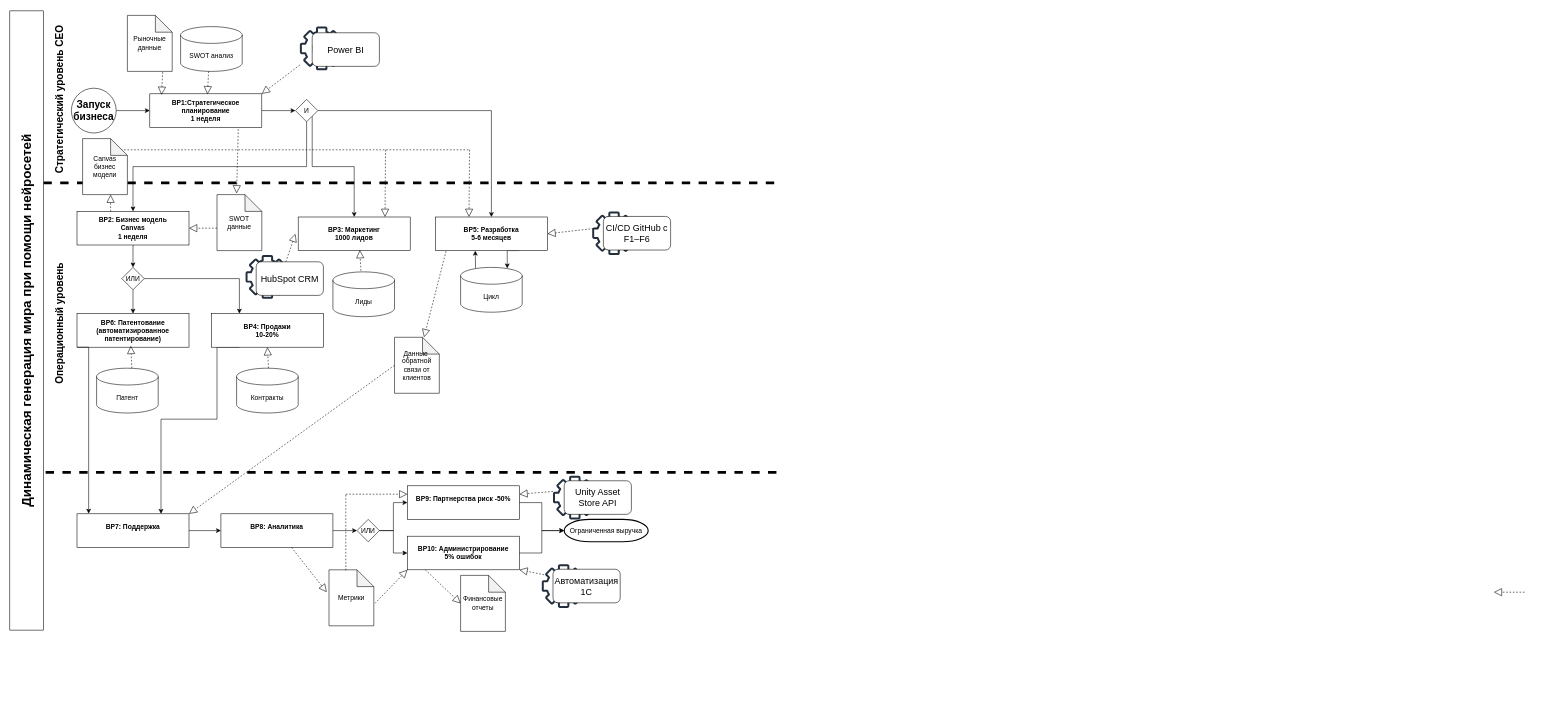
Slavik993/Diplom_Shebanov_2026 keeps this draw.io diagram as TO BE.drawio. Above is the earlier version. Source tidied: cells renumbered, new cells numbered last; positions are measured from the earlier drawing's top-left corner, leaving out a move shared by most shapes. Both pictures are drawn from the tidied source at 56%, with x=0, y=0 at pixel (-283, 15).
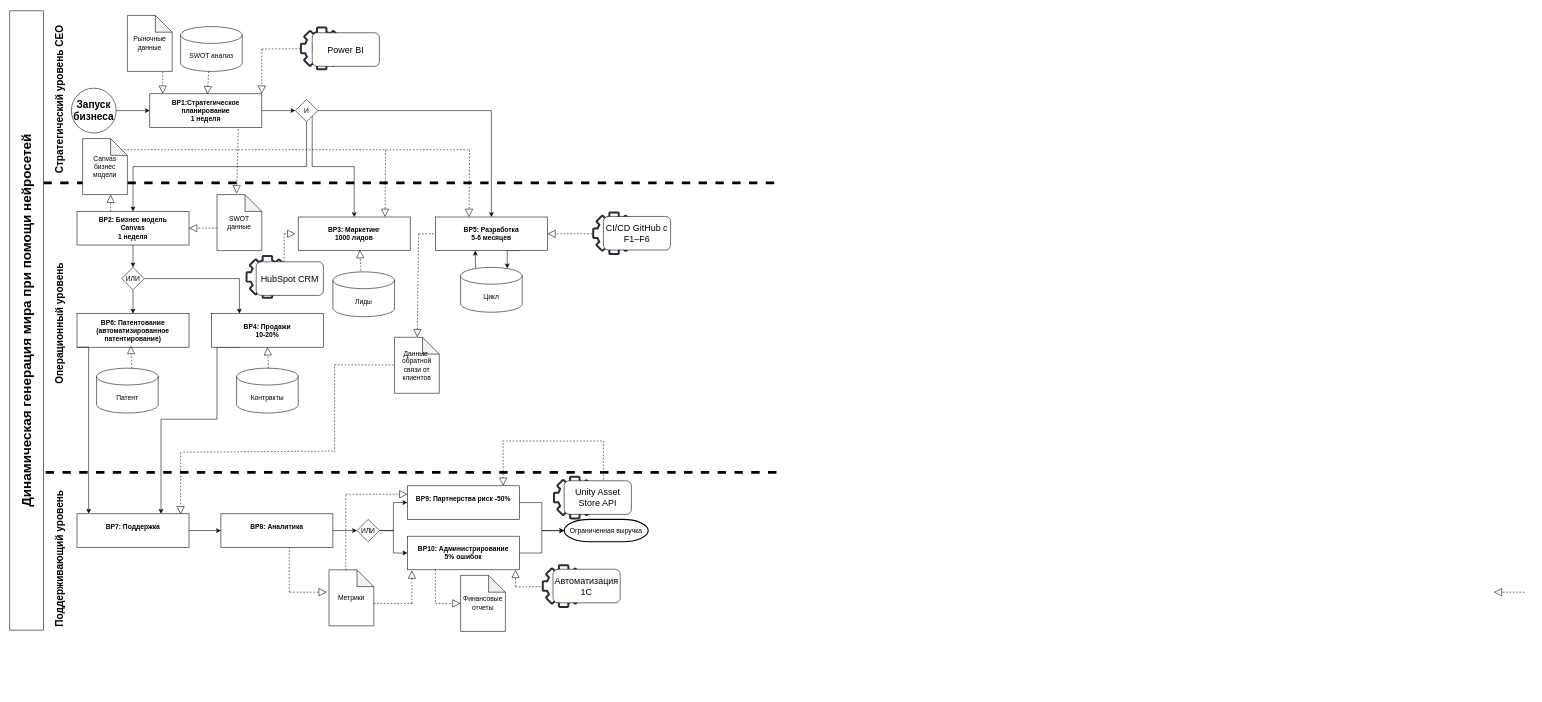
Above is the later version.

Unchanged cells that the change refers to:
```xml
<mxCell id="8" value="&lt;b&gt;BP1:Стратегическое планирование&lt;/b&gt;&lt;div&gt;&lt;b&gt;1 неделя&lt;/b&gt;&lt;/div&gt;" style="rounded=0;whiteSpace=wrap;html=1;" parent="1" vertex="1">
  <mxGeometry x="773" y="140" width="200" height="60" as="geometry" />
</mxCell>
<mxCell id="28" value="&lt;b&gt;BP5: Разработка&lt;br&gt;5-6 месяцев&lt;/b&gt;" style="rounded=0;whiteSpace=wrap;html=1;" parent="1" vertex="1">
  <mxGeometry x="1283" y="360" width="200" height="60" as="geometry" />
</mxCell>
<mxCell id="36" value="&lt;b&gt;BP7: Поддержка&lt;/b&gt;&lt;div&gt;&lt;br&gt;&lt;/div&gt;" style="rounded=0;whiteSpace=wrap;html=1;" parent="1" vertex="1">
  <mxGeometry x="643" y="890" width="200" height="60" as="geometry" />
</mxCell>
<mxCell id="43" value="&lt;b&gt;&lt;font style=&quot;font-size: 12px;&quot;&gt;BP9: Партнерства риск -50%&lt;/font&gt;&lt;/b&gt;&lt;div&gt;&lt;div style=&quot;background-color: transparent; font-family: sans-serif;&quot;&gt;&lt;br&gt;&lt;/div&gt;&lt;/div&gt;" style="rounded=0;whiteSpace=wrap;html=1;align=center;" parent="1" vertex="1">
  <mxGeometry x="1233" y="840" width="200" height="60" as="geometry" />
</mxCell>
<mxCell id="44" value="&lt;b&gt;BP10: Администрирование&lt;/b&gt;&lt;div&gt;&lt;b&gt;5% ошибок&lt;/b&gt;&lt;/div&gt;" style="rounded=0;whiteSpace=wrap;html=1;" parent="1" vertex="1">
  <mxGeometry x="1233" y="930" width="200" height="60" as="geometry" />
</mxCell>
<mxCell id="59" value="Метрики" style="shape=note;whiteSpace=wrap;html=1;backgroundOutline=1;darkOpacity=0.05;" parent="1" vertex="1">
  <mxGeometry x="1093" y="990" width="80" height="100" as="geometry" />
</mxCell>
<mxCell id="64" value="Финансовые отчеты" style="shape=note;whiteSpace=wrap;html=1;backgroundOutline=1;darkOpacity=0.05;" parent="1" vertex="1">
  <mxGeometry x="1328" y="1000" width="80" height="100" as="geometry" />
</mxCell>
<mxCell id="66" value="Данные&amp;nbsp; обратной связи от клиентов" style="shape=note;whiteSpace=wrap;html=1;backgroundOutline=1;darkOpacity=0.05;" parent="1" vertex="1">
  <mxGeometry x="1210" y="574.8" width="80" height="100" as="geometry" />
</mxCell>
<mxCell id="69" style="sketch=0;outlineConnect=0;fontColor=#232F3E;gradientColor=none;fillColor=#232F3D;strokeColor=none;dashed=0;verticalLabelPosition=bottom;verticalAlign=top;align=center;html=1;fontSize=12;fontStyle=0;shape=mxgraph.aws4.gear;" parent="1" vertex="1">
  <mxGeometry x="1041" y="20" width="78" height="78" as="geometry" />
</mxCell>
<mxCell id="72" style="sketch=0;outlineConnect=0;fontColor=#232F3E;gradientColor=none;fillColor=#232F3D;strokeColor=none;dashed=0;verticalLabelPosition=bottom;verticalAlign=top;align=center;html=1;fontSize=12;fontStyle=0;shape=mxgraph.aws4.gear;" parent="1" vertex="1">
  <mxGeometry x="1563" y="350" width="78" height="78" as="geometry" />
</mxCell>
<mxCell id="83" value="&lt;div style=&quot;font-size: medium; background-color: transparent; font-family: sans-serif;&quot;&gt;&lt;div style=&quot;background-color: transparent;&quot;&gt;&lt;div style=&quot;background-color: transparent;&quot;&gt;Unity Asset Store API&lt;/div&gt;&lt;/div&gt;&lt;/div&gt;" style="rounded=1;whiteSpace=wrap;html=1;align=center;" parent="1" vertex="1">
  <mxGeometry x="1513" y="831" width="120" height="60" as="geometry" />
</mxCell>
```

Diff of the diagram source:
```diff
@@
-    <mxCell id="50" style="endArrow=block;dashed=1;endFill=0;endSize=12;html=1;rounded=0;" parent="1" edge="1">
+    <mxCell id="50" style="endArrow=block;dashed=1;endFill=0;endSize=12;html=1;rounded=0;entryX=0.116;entryY=0;entryDx=0;entryDy=0;entryPerimeter=0;" parent="1" edge="1" target="8">
       <mxGeometry relative="1" as="geometry">
         <mxPoint x="796" y="101" as="sourcePoint" />
-        <mxPoint x="794" y="142" as="targetPoint" />
       </mxGeometry>
     </mxCell>
@@
-    <mxCell id="60" style="endArrow=block;dashed=1;endFill=0;endSize=12;html=1;rounded=0;exitX=0.79;exitY=1.085;exitDx=0;exitDy=0;exitPerimeter=0;entryX=-0.05;entryY=0.4;entryDx=0;entryDy=0;entryPerimeter=0;" parent="1" edge="1" target="59">
+    <mxCell id="60" style="endArrow=block;dashed=1;endFill=0;endSize=12;html=1;rounded=0;entryX=-0.05;entryY=0.4;entryDx=0;entryDy=0;entryPerimeter=0;" parent="1" edge="1" target="59">
       <mxGeometry relative="1" as="geometry">
-        <mxPoint x="1026" y="950" as="sourcePoint" />
+        <mxPoint x="1023" y="1030" as="sourcePoint" />
       </mxGeometry>
     </mxCell>
-    <mxCell id="61" style="endArrow=block;dashed=1;endFill=0;endSize=12;html=1;rounded=0;exitX=0.79;exitY=1.085;exitDx=0;exitDy=0;exitPerimeter=0;entryX=0;entryY=1;entryDx=0;entryDy=0;" parent="1" edge="1" target="44">
-      <mxGeometry relative="1" as="geometry">
-        <mxPoint x="1175" y="1050" as="sourcePoint" />
-      </mxGeometry>
-    </mxCell>
@@
-    <mxCell id="65" style="endArrow=block;dashed=1;endFill=0;endSize=12;html=1;rounded=0;exitX=0.79;exitY=1.085;exitDx=0;exitDy=0;exitPerimeter=0;entryX=0;entryY=0.5;entryDx=0;entryDy=0;entryPerimeter=0;" parent="1" edge="1" target="64">
+    <mxCell id="65" style="endArrow=block;dashed=1;endFill=0;endSize=12;html=1;rounded=0;entryX=0;entryY=0.5;entryDx=0;entryDy=0;entryPerimeter=0;" parent="1" edge="1" target="64">
       <mxGeometry relative="1" as="geometry">
-        <mxPoint x="1265" y="990" as="sourcePoint" />
+        <mxPoint x="1283" y="1050" as="sourcePoint" />
       </mxGeometry>
     </mxCell>
@@
-    <mxCell id="67" style="endArrow=block;dashed=1;endFill=0;endSize=12;html=1;rounded=0;exitX=0.095;exitY=1.017;exitDx=0;exitDy=0;exitPerimeter=0;" parent="1" edge="1" source="28" target="66">
-      <mxGeometry relative="1" as="geometry" />
+    <mxCell id="67" style="endArrow=block;dashed=1;endFill=0;endSize=12;html=1;rounded=0;" parent="1" edge="1" target="66">
+      <mxGeometry relative="1" as="geometry">
+        <mxPoint x="1253" y="390" as="sourcePoint" />
+      </mxGeometry>
     </mxCell>
-    <mxCell id="68" style="endArrow=block;dashed=1;endFill=0;endSize=12;html=1;rounded=0;exitX=0;exitY=0.5;exitDx=0;exitDy=0;exitPerimeter=0;entryX=1;entryY=0;entryDx=0;entryDy=0;" parent="1" edge="1" source="66" target="36">
-      <mxGeometry relative="1" as="geometry" />
-    </mxCell>
@@
-    <mxCell id="71" style="endArrow=block;dashed=1;endFill=0;endSize=12;html=1;rounded=0;entryX=1;entryY=0;entryDx=0;entryDy=0;" parent="1" edge="1" source="69" target="8">
-      <mxGeometry relative="1" as="geometry" />
+    <mxCell id="71" style="endArrow=block;dashed=1;endFill=0;endSize=12;html=1;rounded=0;entryX=1;entryY=0;entryDx=0;entryDy=0;" parent="1" edge="1" target="8">
+      <mxGeometry relative="1" as="geometry">
+        <mxPoint x="973" y="60" as="sourcePoint" />
+      </mxGeometry>
     </mxCell>
@@
-    <mxCell id="77" style="endArrow=block;dashed=1;endFill=0;endSize=12;html=1;rounded=0;entryX=1;entryY=0.5;entryDx=0;entryDy=0;" parent="1" edge="1" target="28">
-      <mxGeometry relative="1" as="geometry">
-        <mxPoint x="1571" y="380" as="sourcePoint" />
-      </mxGeometry>
+    <mxCell id="77" style="endArrow=block;dashed=1;endFill=0;endSize=12;html=1;rounded=0;entryX=1;entryY=0.5;entryDx=0;entryDy=0;exitX=0;exitY=0.513;exitDx=0;exitDy=0;exitPerimeter=0;" parent="1" edge="1" source="72" target="28">
+      <mxGeometry relative="1" as="geometry" />
     </mxCell>
     <mxCell id="78" style="endArrow=block;dashed=1;endFill=0;endSize=12;html=1;rounded=0;" parent="1" edge="1">
       <mxGeometry relative="1" as="geometry">
-        <mxPoint x="1016" y="440" as="sourcePoint" />
+        <mxPoint x="1013" y="390" as="sourcePoint" />
         <mxPoint x="1033" y="390" as="targetPoint" />
       </mxGeometry>
     </mxCell>
@@
-    <mxCell id="81" style="endArrow=block;dashed=1;endFill=0;endSize=12;html=1;rounded=0;entryX=1;entryY=1;entryDx=0;entryDy=0;" parent="1" edge="1" target="44">
+    <mxCell id="81" style="endArrow=block;dashed=1;endFill=0;endSize=12;html=1;rounded=0;entryX=1;entryY=1;entryDx=0;entryDy=0;" parent="1" edge="1">
       <mxGeometry relative="1" as="geometry">
-        <mxPoint x="1483" y="1000" as="sourcePoint" />
+        <mxPoint x="1426" y="1020" as="sourcePoint" />
+        <mxPoint x="1426" y="990" as="targetPoint" />
       </mxGeometry>
     </mxCell>
@@
-    <mxCell id="84" style="endArrow=block;dashed=1;endFill=0;endSize=12;html=1;rounded=0;entryX=1;entryY=0.25;entryDx=0;entryDy=0;" parent="1" edge="1" target="43">
-      <mxGeometry relative="1" as="geometry">
-        <mxPoint x="1493" y="850" as="sourcePoint" />
-      </mxGeometry>
-    </mxCell>
+    <mxCell id="85" value="&lt;font style=&quot;font-size: 18px;&quot;&gt;&lt;b&gt;Поддерживающий уровень&lt;/b&gt;&lt;/font&gt;" style="text;html=1;align=center;verticalAlign=middle;whiteSpace=wrap;rounded=0;rotation=-90;" parent="1" vertex="1">
+      <mxGeometry x="373" y="940" width="480" height="60" as="geometry" />
+    </mxCell>
+    <mxCell id="86" style="endArrow=none;dashed=1;html=1;rounded=0;" parent="1" edge="1">
+      <mxGeometry relative="1" as="geometry">
+        <mxPoint x="1103" y="624" as="sourcePoint" />
+        <mxPoint x="1210" y="624.3" as="targetPoint" />
+      </mxGeometry>
+    </mxCell>
+    <mxCell id="87" style="endArrow=block;dashed=1;endFill=0;endSize=12;html=1;rounded=0;entryX=0.3;entryY=0;entryDx=0;entryDy=0;entryPerimeter=0;" parent="1" edge="1">
+      <mxGeometry relative="1" as="geometry">
+        <mxPoint x="828" y="780" as="sourcePoint" />
+        <mxPoint x="828" y="891" as="targetPoint" />
+      </mxGeometry>
+    </mxCell>
+    <mxCell id="88" style="endArrow=none;dashed=1;html=1;rounded=0;" parent="1" edge="1">
+      <mxGeometry relative="1" as="geometry">
+        <mxPoint x="1103" y="780" as="sourcePoint" />
+        <mxPoint x="1103" y="623" as="targetPoint" />
+      </mxGeometry>
+    </mxCell>
+    <mxCell id="89" style="endArrow=none;dashed=1;html=1;rounded=0;" parent="1" edge="1">
+      <mxGeometry relative="1" as="geometry">
+        <mxPoint x="833" y="780" as="sourcePoint" />
+        <mxPoint x="1102.9" y="778" as="targetPoint" />
+      </mxGeometry>
+    </mxCell>
+    <mxCell id="90" style="endArrow=none;dashed=1;html=1;rounded=0;" parent="1" edge="1">
+      <mxGeometry relative="1" as="geometry">
+        <mxPoint x="1253" y="390" as="sourcePoint" />
+        <mxPoint x="1283" y="389.8" as="targetPoint" />
+      </mxGeometry>
+    </mxCell>
+    <mxCell id="91" style="endArrow=none;dashed=1;html=1;rounded=0;" parent="1" edge="1" target="69">
+      <mxGeometry relative="1" as="geometry">
+        <mxPoint x="973" y="60" as="sourcePoint" />
+      </mxGeometry>
+    </mxCell>
+    <mxCell id="92" style="endArrow=none;dashed=1;html=1;rounded=0;" parent="1" edge="1">
+      <mxGeometry relative="1" as="geometry">
+        <mxPoint x="1013" y="440" as="sourcePoint" />
+        <mxPoint x="1013" y="390" as="targetPoint" />
+      </mxGeometry>
+    </mxCell>
+    <mxCell id="93" style="endArrow=none;dashed=1;html=1;rounded=0;" parent="1" edge="1">
+      <mxGeometry relative="1" as="geometry">
+        <mxPoint x="1022" y="1030" as="sourcePoint" />
+        <mxPoint x="1022" y="950" as="targetPoint" />
+      </mxGeometry>
+    </mxCell>
+    <mxCell id="94" style="endArrow=none;dashed=1;html=1;rounded=0;" parent="1" edge="1">
+      <mxGeometry relative="1" as="geometry">
+        <mxPoint x="1173" y="1050" as="sourcePoint" />
+        <mxPoint x="1243" y="1050" as="targetPoint" />
+      </mxGeometry>
+    </mxCell>
+    <mxCell id="95" style="endArrow=block;dashed=1;endFill=0;endSize=12;html=1;rounded=0;entryX=0.04;entryY=1.02;entryDx=0;entryDy=0;entryPerimeter=0;" parent="1" edge="1" target="44">
+      <mxGeometry relative="1" as="geometry">
+        <mxPoint x="1241" y="1050" as="sourcePoint" />
+      </mxGeometry>
+    </mxCell>
+    <mxCell id="96" style="endArrow=none;dashed=1;html=1;rounded=0;exitX=0.25;exitY=1;exitDx=0;exitDy=0;" parent="1" edge="1" source="44">
+      <mxGeometry relative="1" as="geometry">
+        <mxPoint x="1283" y="1049" as="targetPoint" />
+      </mxGeometry>
+    </mxCell>
+    <mxCell id="97" style="endArrow=none;dashed=1;html=1;rounded=0;" parent="1" edge="1">
+      <mxGeometry relative="1" as="geometry">
+        <mxPoint x="1426" y="1020.5" as="sourcePoint" />
+        <mxPoint x="1473" y="1020" as="targetPoint" />
+      </mxGeometry>
+    </mxCell>
+    <mxCell id="98" style="endArrow=block;dashed=1;endFill=0;endSize=12;html=1;rounded=0;entryX=1;entryY=0;entryDx=0;entryDy=0;" parent="1" edge="1">
+      <mxGeometry relative="1" as="geometry">
+        <mxPoint x="1404" y="763.6" as="sourcePoint" />
+        <mxPoint x="1404" y="840" as="targetPoint" />
+      </mxGeometry>
+    </mxCell>
+    <mxCell id="99" style="endArrow=none;dashed=1;html=1;rounded=0;" parent="1" edge="1">
+      <mxGeometry relative="1" as="geometry">
+        <mxPoint x="1403" y="760" as="sourcePoint" />
+        <mxPoint x="1583" y="760" as="targetPoint" />
+      </mxGeometry>
+    </mxCell>
+    <mxCell id="100" style="endArrow=none;dashed=1;html=1;rounded=0;exitX=0.25;exitY=1;exitDx=0;exitDy=0;entryX=0.583;entryY=-0.017;entryDx=0;entryDy=0;entryPerimeter=0;" parent="1" edge="1" target="83">
+      <mxGeometry relative="1" as="geometry">
+        <mxPoint x="1583" y="760" as="sourcePoint" />
+      </mxGeometry>
+    </mxCell>
```
